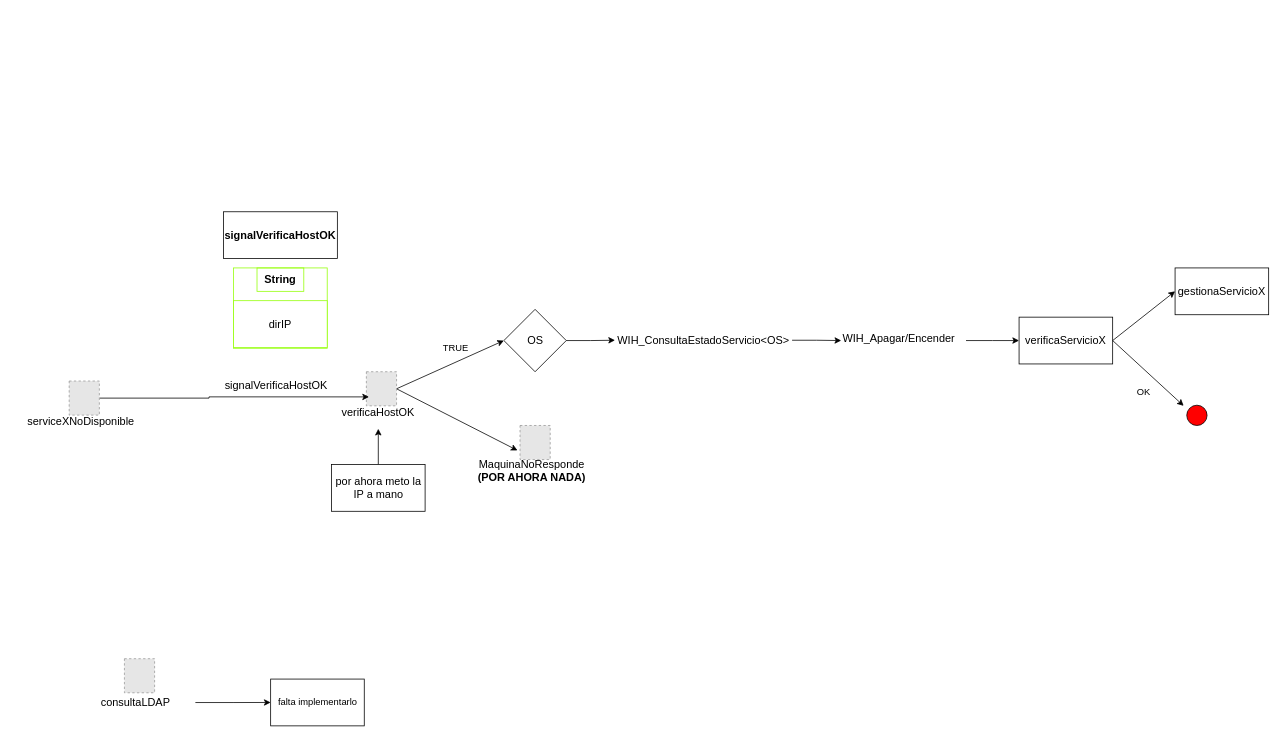
The draw.io diagram page "serviceXNoDisponible" (2 of 3) of esquemaProcesos.drawio in MarianaReyesH/gestionRed, before the edit. Source tidied: cells renumbered, new cells numbered last; positions are measured from the earlier drawing's top-left corner, leaving out a move shared by most shapes. Both pictures are drawn from the tidied source at 78%, with x=0, y=0 at pixel (21, 13). Pictures stored in the file or linked from it are replaced by grey dashed boxes.
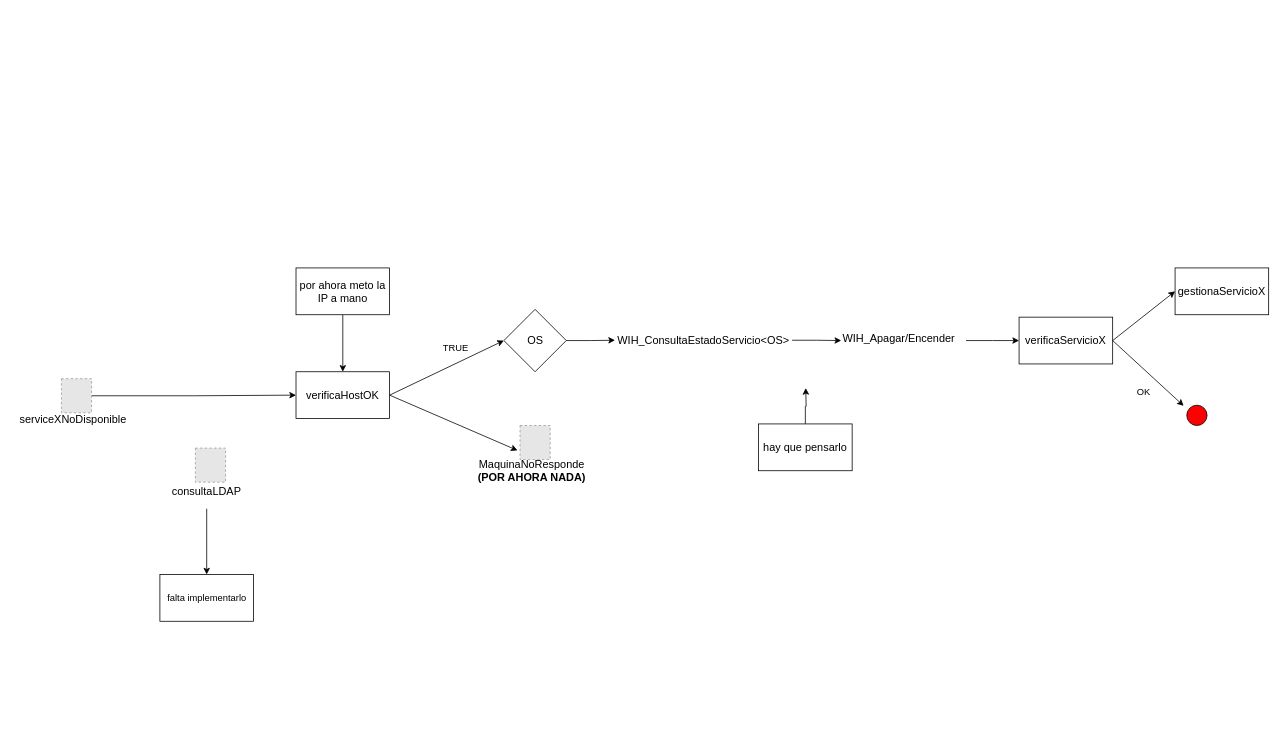
Above is the later version.

Commit message (it also covers changes not shown here):
Solucionado el verificaHostOK_WIH

Unchanged cells that the change refers to:
```xml
<mxCell id="6" value="&lt;span style=&quot;font-size: 14px;&quot;&gt;MaquinaNoResponde&lt;/span&gt;&lt;div&gt;&lt;span style=&quot;font-size: 14px;&quot;&gt;&lt;b&gt;(POR AHORA NADA)&lt;/b&gt;&lt;/span&gt;&lt;/div&gt;" style="text;html=1;align=center;verticalAlign=middle;whiteSpace=wrap;rounded=0;" parent="1" vertex="1">
  <mxGeometry x="578" y="564" width="153" height="43.1" as="geometry" />
</mxCell>
<mxCell id="12" value="&lt;span style=&quot;font-size: 14px; background-color: rgb(255, 255, 255);&quot;&gt;OS&lt;/span&gt;" style="rhombus;whiteSpace=wrap;html=1;" parent="1" vertex="1">
  <mxGeometry x="618.5" y="379.1" width="80" height="80" as="geometry" />
</mxCell>
```

What changed in the source:
```diff
@@
-    <mxCell id="2" style="endArrow=classic;html=1;rounded=0;entryX=0;entryY=0.5;entryDx=0;entryDy=0;exitX=1;exitY=0.5;exitDx=0;exitDy=0;" parent="1" edge="1" source="21" target="12">
+    <mxCell id="2" style="endArrow=classic;html=1;rounded=0;entryX=0;entryY=0.5;entryDx=0;entryDy=0;exitX=1;exitY=0.5;exitDx=0;exitDy=0;" parent="1" edge="1" source="22" target="12">
       <mxGeometry relative="1" as="geometry" />
     </mxCell>
@@
-    <mxCell id="7" style="endArrow=classic;html=1;rounded=0;entryX=0.379;entryY=-0.093;entryDx=0;entryDy=0;entryPerimeter=0;exitX=1;exitY=0.5;exitDx=0;exitDy=0;" parent="1" edge="1" source="21" target="6">
+    <mxCell id="7" style="endArrow=classic;html=1;rounded=0;entryX=0.379;entryY=-0.093;entryDx=0;entryDy=0;entryPerimeter=0;exitX=1;exitY=0.5;exitDx=0;exitDy=0;" parent="1" edge="1" source="22" target="6">
       <mxGeometry relative="1" as="geometry" />
     </mxCell>
@@
-    <mxCell id="19" style="edgeStyle=orthogonalEdgeStyle;rounded=0;jettySize=auto;html=1;entryX=0.5;entryY=1;entryDx=0;entryDy=0;" parent="1" edge="1" source="20" target="22">
+    <mxCell id="19" style="edgeStyle=orthogonalEdgeStyle;rounded=0;jettySize=auto;html=1;entryX=0.5;entryY=0;entryDx=0;entryDy=0;" parent="1" edge="1" source="20" target="22">
       <mxGeometry relative="1" as="geometry" />
     </mxCell>
     <mxCell id="20" value="&lt;font style=&quot;font-size: 14px;&quot;&gt;por ahora meto la IP a mano&lt;/font&gt;" style="rounded=0;whiteSpace=wrap;html=1;" parent="1" vertex="1">
-      <mxGeometry x="397.5" y="578" width="120" height="60" as="geometry" />
+      <mxGeometry x="352" y="326" width="120" height="60" as="geometry" />
     </mxCell>
-    <mxCell id="21" style="fillColor=#E6E6E6;strokeColor=#999999;dashed=1;verticalLabelPosition=bottom;labelBackgroundColor=default;verticalAlign=top;" parent="1" vertex="1">
-      <mxGeometry x="442.2" y="459.1" width="38.7" height="43.7" as="geometry" />
-    </mxCell>
-    <mxCell id="22" value="&lt;span style=&quot;font-size: 14px;&quot;&gt;verificaHostOK&lt;/span&gt;" style="text;html=1;align=center;verticalAlign=middle;whiteSpace=wrap;rounded=0;" parent="1" vertex="1">
-      <mxGeometry x="381" y="489.1" width="153" height="43.1" as="geometry" />
-    </mxCell>
-    <mxCell id="23" style="group;" parent="1" vertex="1">
-      <mxGeometry x="173" width="246" height="501" as="geometry" />
-    </mxCell>
-    <mxCell id="24" style="group;strokeColor=#94FF08;" parent="23" vertex="1">
-      <mxGeometry x="99" y="326" width="120" height="103" as="geometry" />
-    </mxCell>
-    <mxCell id="25" value="&lt;span style=&quot;font-size: 14px;&quot;&gt;&lt;b&gt;signalVerificaHostOK&lt;/b&gt;&lt;/span&gt;" style="rounded=0;whiteSpace=wrap;html=1;" parent="23" vertex="1">
-      <mxGeometry x="86" y="254" width="146" height="60" as="geometry" />
-    </mxCell>
-    <mxCell id="26" value="&lt;font style=&quot;font-size: 14px;&quot;&gt;dirIP&lt;/font&gt;" style="rounded=0;whiteSpace=wrap;html=1;strokeColor=#94FF08;" parent="23" vertex="1">
-      <mxGeometry x="99" y="368" width="120" height="60" as="geometry" />
-    </mxCell>
-    <mxCell id="27" value="&lt;b&gt;&lt;font style=&quot;font-size: 14px;&quot;&gt;String&lt;/font&gt;&lt;/b&gt;" style="text;html=1;align=center;verticalAlign=middle;whiteSpace=wrap;rounded=0;strokeColor=#94FF08;" parent="23" vertex="1">
-      <mxGeometry x="129" y="326" width="60" height="30" as="geometry" />
-    </mxCell>
-    <mxCell id="28" value="&lt;span style=&quot;color: rgb(0, 0, 0); font-family: Helvetica; font-size: 14px; font-style: normal; font-variant-ligatures: normal; font-variant-caps: normal; font-weight: 400; letter-spacing: normal; orphans: 2; text-align: center; text-indent: 0px; text-transform: none; widows: 2; word-spacing: 0px; -webkit-text-stroke-width: 0px; white-space: normal; background-color: rgb(255, 255, 255); text-decoration-thickness: initial; text-decoration-style: initial; text-decoration-color: initial; display: inline !important; float: none;&quot;&gt;signalVerificaHostOK&lt;/span&gt;" style="text;whiteSpace=wrap;html=1;" parent="23" vertex="1">
-      <mxGeometry x="86" y="462" width="149" height="39" as="geometry" />
-    </mxCell>
-    <mxCell id="29" style="group;" parent="1" vertex="1">
-      <mxGeometry x="121" y="840" width="588" height="73.1" as="geometry" />
-    </mxCell>
-    <mxCell id="30" value="&lt;span style=&quot;font-size: 14px;&quot;&gt;consultaLDAP&lt;/span&gt;" style="text;html=1;align=center;verticalAlign=middle;whiteSpace=wrap;rounded=0;" parent="29" vertex="1">
-      <mxGeometry x="-51" y="21.6" width="153" height="43.1" as="geometry" />
-    </mxCell>
-    <mxCell id="31" value="falta implementarlo" style="whiteSpace=wrap;html=1;" parent="29" vertex="1">
-      <mxGeometry x="198.5" y="13.1" width="120" height="60" as="geometry" />
-    </mxCell>
-    <mxCell id="32" style="edgeStyle=orthogonalEdgeStyle;rounded=0;jettySize=auto;html=1;" parent="29" edge="1" source="30" target="31">
-      <mxGeometry relative="1" as="geometry" />
-    </mxCell>
-    <mxCell id="33" style="fillColor=#E6E6E6;strokeColor=#999999;dashed=1;verticalLabelPosition=bottom;labelBackgroundColor=default;verticalAlign=top;" parent="29" vertex="1">
-      <mxGeometry x="11" y="-13" width="38.7" height="43.7" as="geometry" />
-    </mxCell>
-    <mxCell id="34" style="edgeStyle=orthogonalEdgeStyle;rounded=0;jettySize=auto;html=1;entryX=0.422;entryY=0.052;entryDx=0;entryDy=0;entryPerimeter=0;" parent="1" edge="1" source="35" target="22">
+    <mxCell id="34" style="edgeStyle=orthogonalEdgeStyle;rounded=0;jettySize=auto;html=1;entryX=0;entryY=0.5;entryDx=0;entryDy=0;" parent="1" edge="1" source="35" target="22">
       <mxGeometry relative="1" as="geometry" />
     </mxCell>
     <mxCell id="35" style="fillColor=#E6E6E6;strokeColor=#999999;dashed=1;verticalLabelPosition=bottom;labelBackgroundColor=default;verticalAlign=top;" parent="1" vertex="1">
-      <mxGeometry x="61.2" y="471" width="38.7" height="43.7" as="geometry" />
+      <mxGeometry x="51.2" y="468" width="38.7" height="43.7" as="geometry" />
     </mxCell>
     <mxCell id="36" value="&lt;span style=&quot;font-size: 14px;&quot;&gt;serviceXNoDisponible&lt;/span&gt;" style="text;html=1;align=center;verticalAlign=middle;whiteSpace=wrap;rounded=0;" parent="1" vertex="1">
-      <mxGeometry y="501" width="153" height="43.1" as="geometry" />
+      <mxGeometry x="-10" y="498" width="153" height="43.1" as="geometry" />
     </mxCell>
+    <mxCell id="37" style="edgeStyle=orthogonalEdgeStyle;rounded=0;jettySize=auto;html=1;entryX=0.5;entryY=1;entryDx=0;entryDy=0;" parent="1" edge="1" source="38">
+      <mxGeometry relative="1" as="geometry">
+        <mxPoint x="1005.5" y="480" as="targetPoint" />
+      </mxGeometry>
+    </mxCell>
+    <mxCell id="38" value="&lt;font style=&quot;font-size: 14px;&quot;&gt;hay que pensarlo&lt;/font&gt;" style="rounded=0;whiteSpace=wrap;html=1;" parent="1" vertex="1">
+      <mxGeometry x="945" y="526" width="120" height="60" as="geometry" />
+    </mxCell>
+    <mxCell id="22" value="&lt;span style=&quot;font-size: 14px;&quot;&gt;verificaHostOK&lt;/span&gt;" style="rounded=0;whiteSpace=wrap;html=1;" parent="1" vertex="1">
+      <mxGeometry x="352" y="459.1" width="120" height="60" as="geometry" />
+    </mxCell>
+    <mxCell id="30" value="&lt;span style=&quot;font-size: 14px;&quot;&gt;consultaLDAP&lt;/span&gt;" style="text;html=1;align=center;verticalAlign=middle;whiteSpace=wrap;rounded=0;" parent="1" vertex="1">
+      <mxGeometry x="161" y="591.6" width="153" height="43.1" as="geometry" />
+    </mxCell>
+    <mxCell id="33" style="fillColor=#E6E6E6;strokeColor=#999999;dashed=1;verticalLabelPosition=bottom;labelBackgroundColor=default;verticalAlign=top;" parent="1" vertex="1">
+      <mxGeometry x="223" y="557" width="38.7" height="43.7" as="geometry" />
+    </mxCell>
+    <mxCell id="31" value="falta implementarlo" style="whiteSpace=wrap;html=1;" parent="1" vertex="1">
+      <mxGeometry x="177.5" y="719" width="120" height="60" as="geometry" />
+    </mxCell>
+    <mxCell id="32" style="edgeStyle=orthogonalEdgeStyle;rounded=0;jettySize=auto;html=1;" parent="1" edge="1" source="30" target="31">
+      <mxGeometry relative="1" as="geometry" />
+    </mxCell>
```
